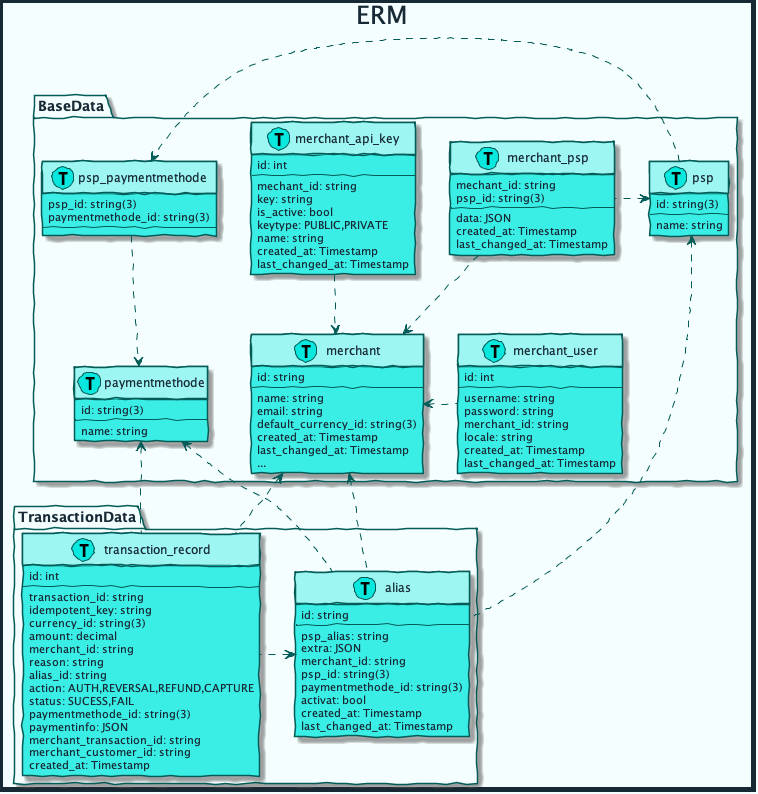
mobilabsolutions/stash-sdk-wiki keeps this PlantUML diagram as diagrams/out/erm.png. Above is the earlier version.
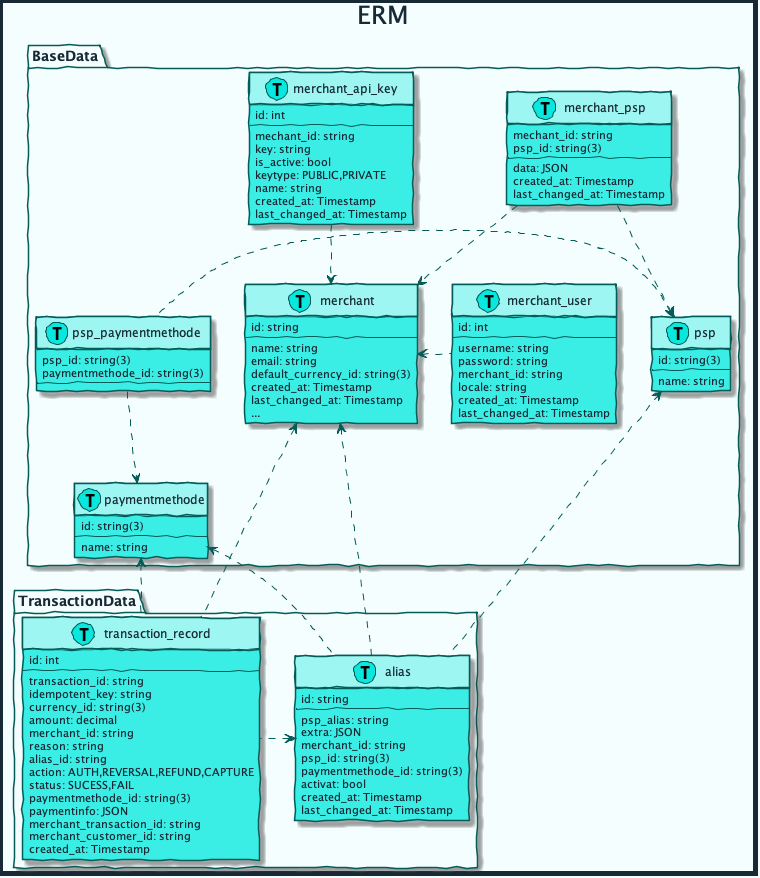
The same diagram one commit later.

Change to the diagram source:
```diff
@@ -110,11 +110,11 @@
     }
 
     merchant_psp .-> merchant
-    psp <. merchant_psp
+    merchant_psp .-> psp
     merchant_api_key .-> merchant
     merchant <. merchant_user
     psp_paymentmethode .-> paymentmethode
-    psp .> psp_paymentmethode
+    psp <. psp_paymentmethode
 }
 
 package TransactionData {
```
